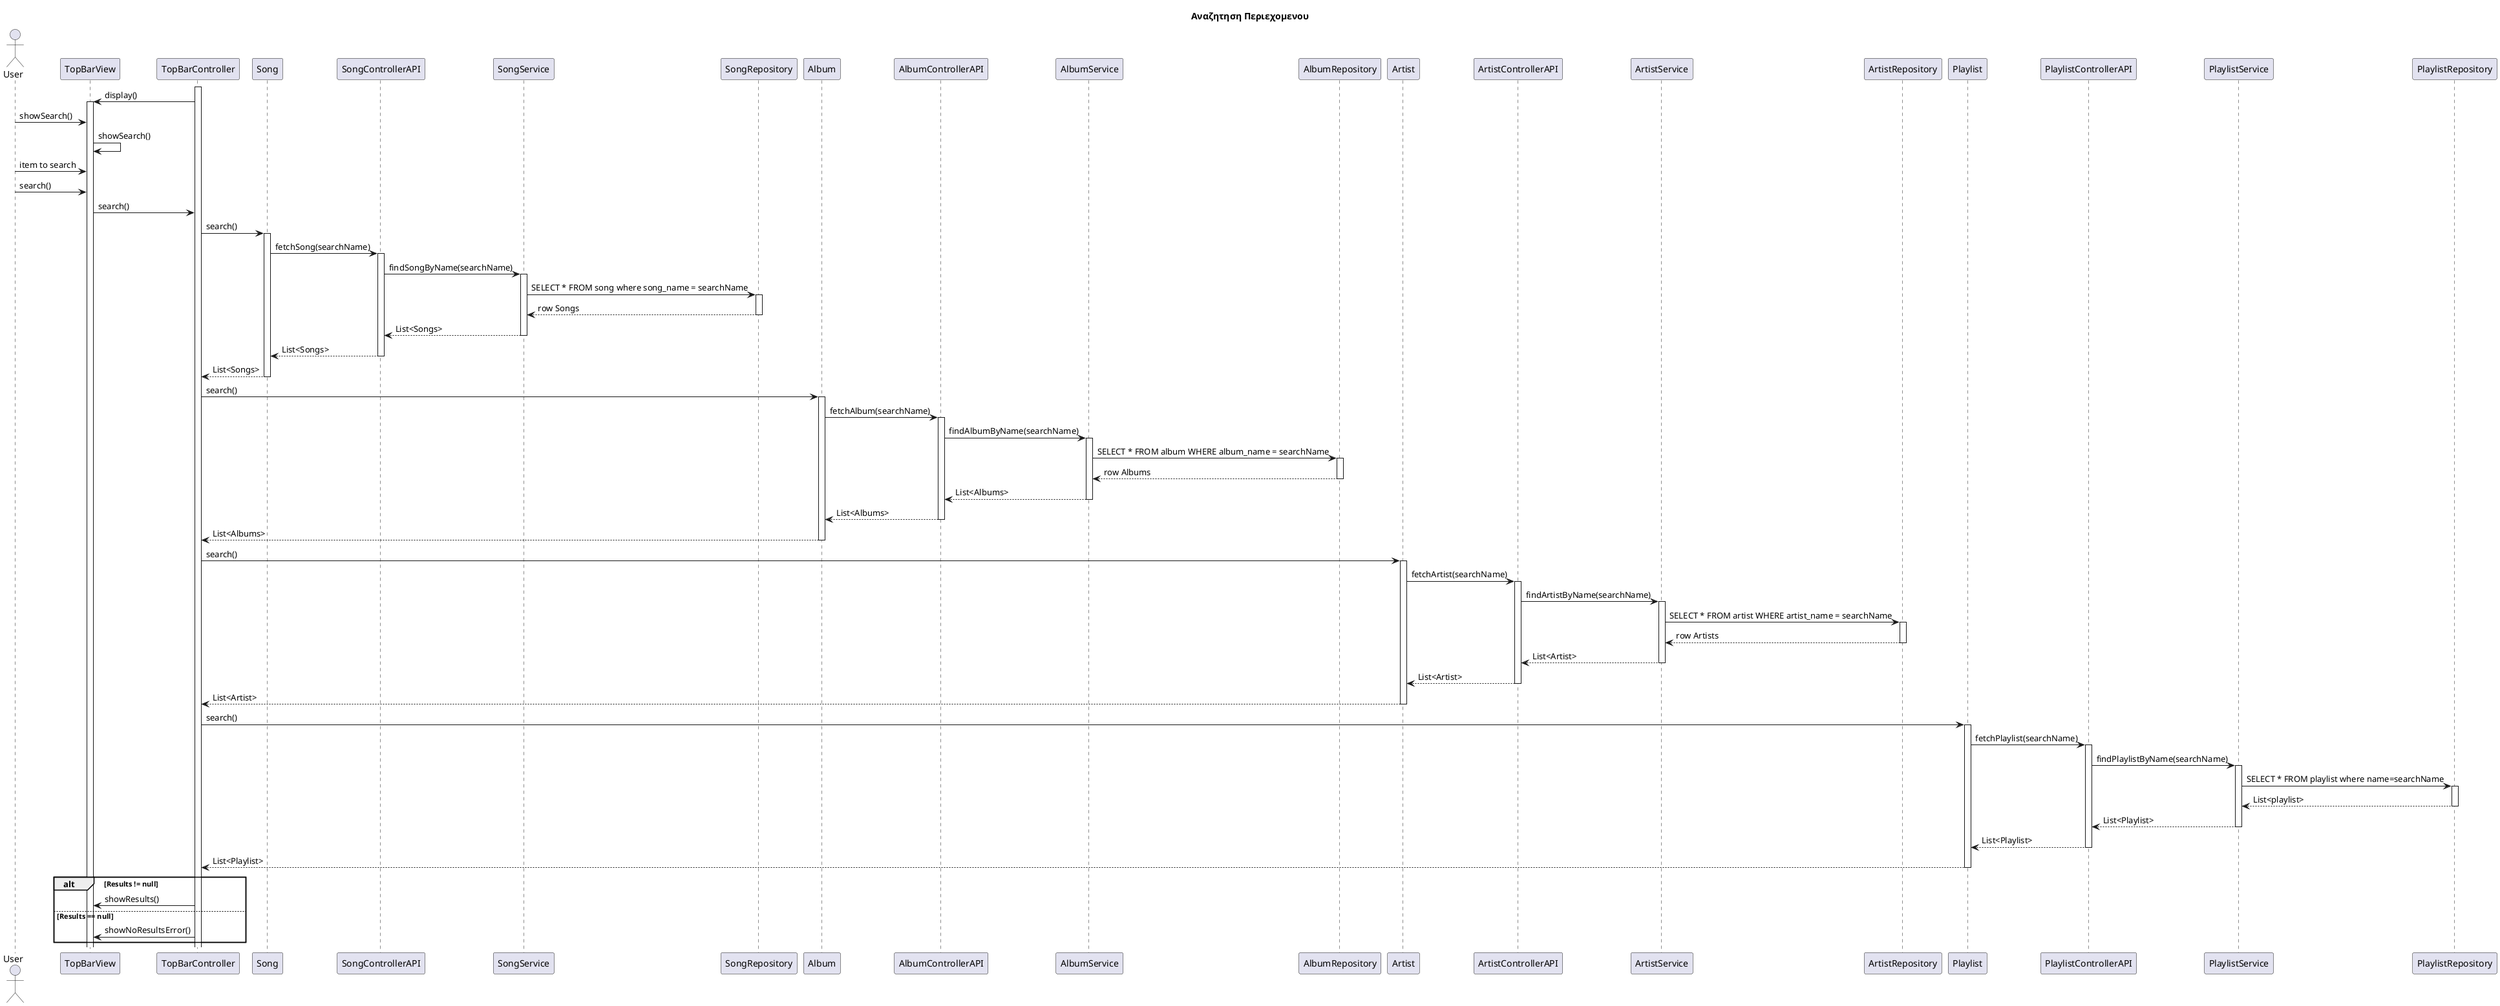
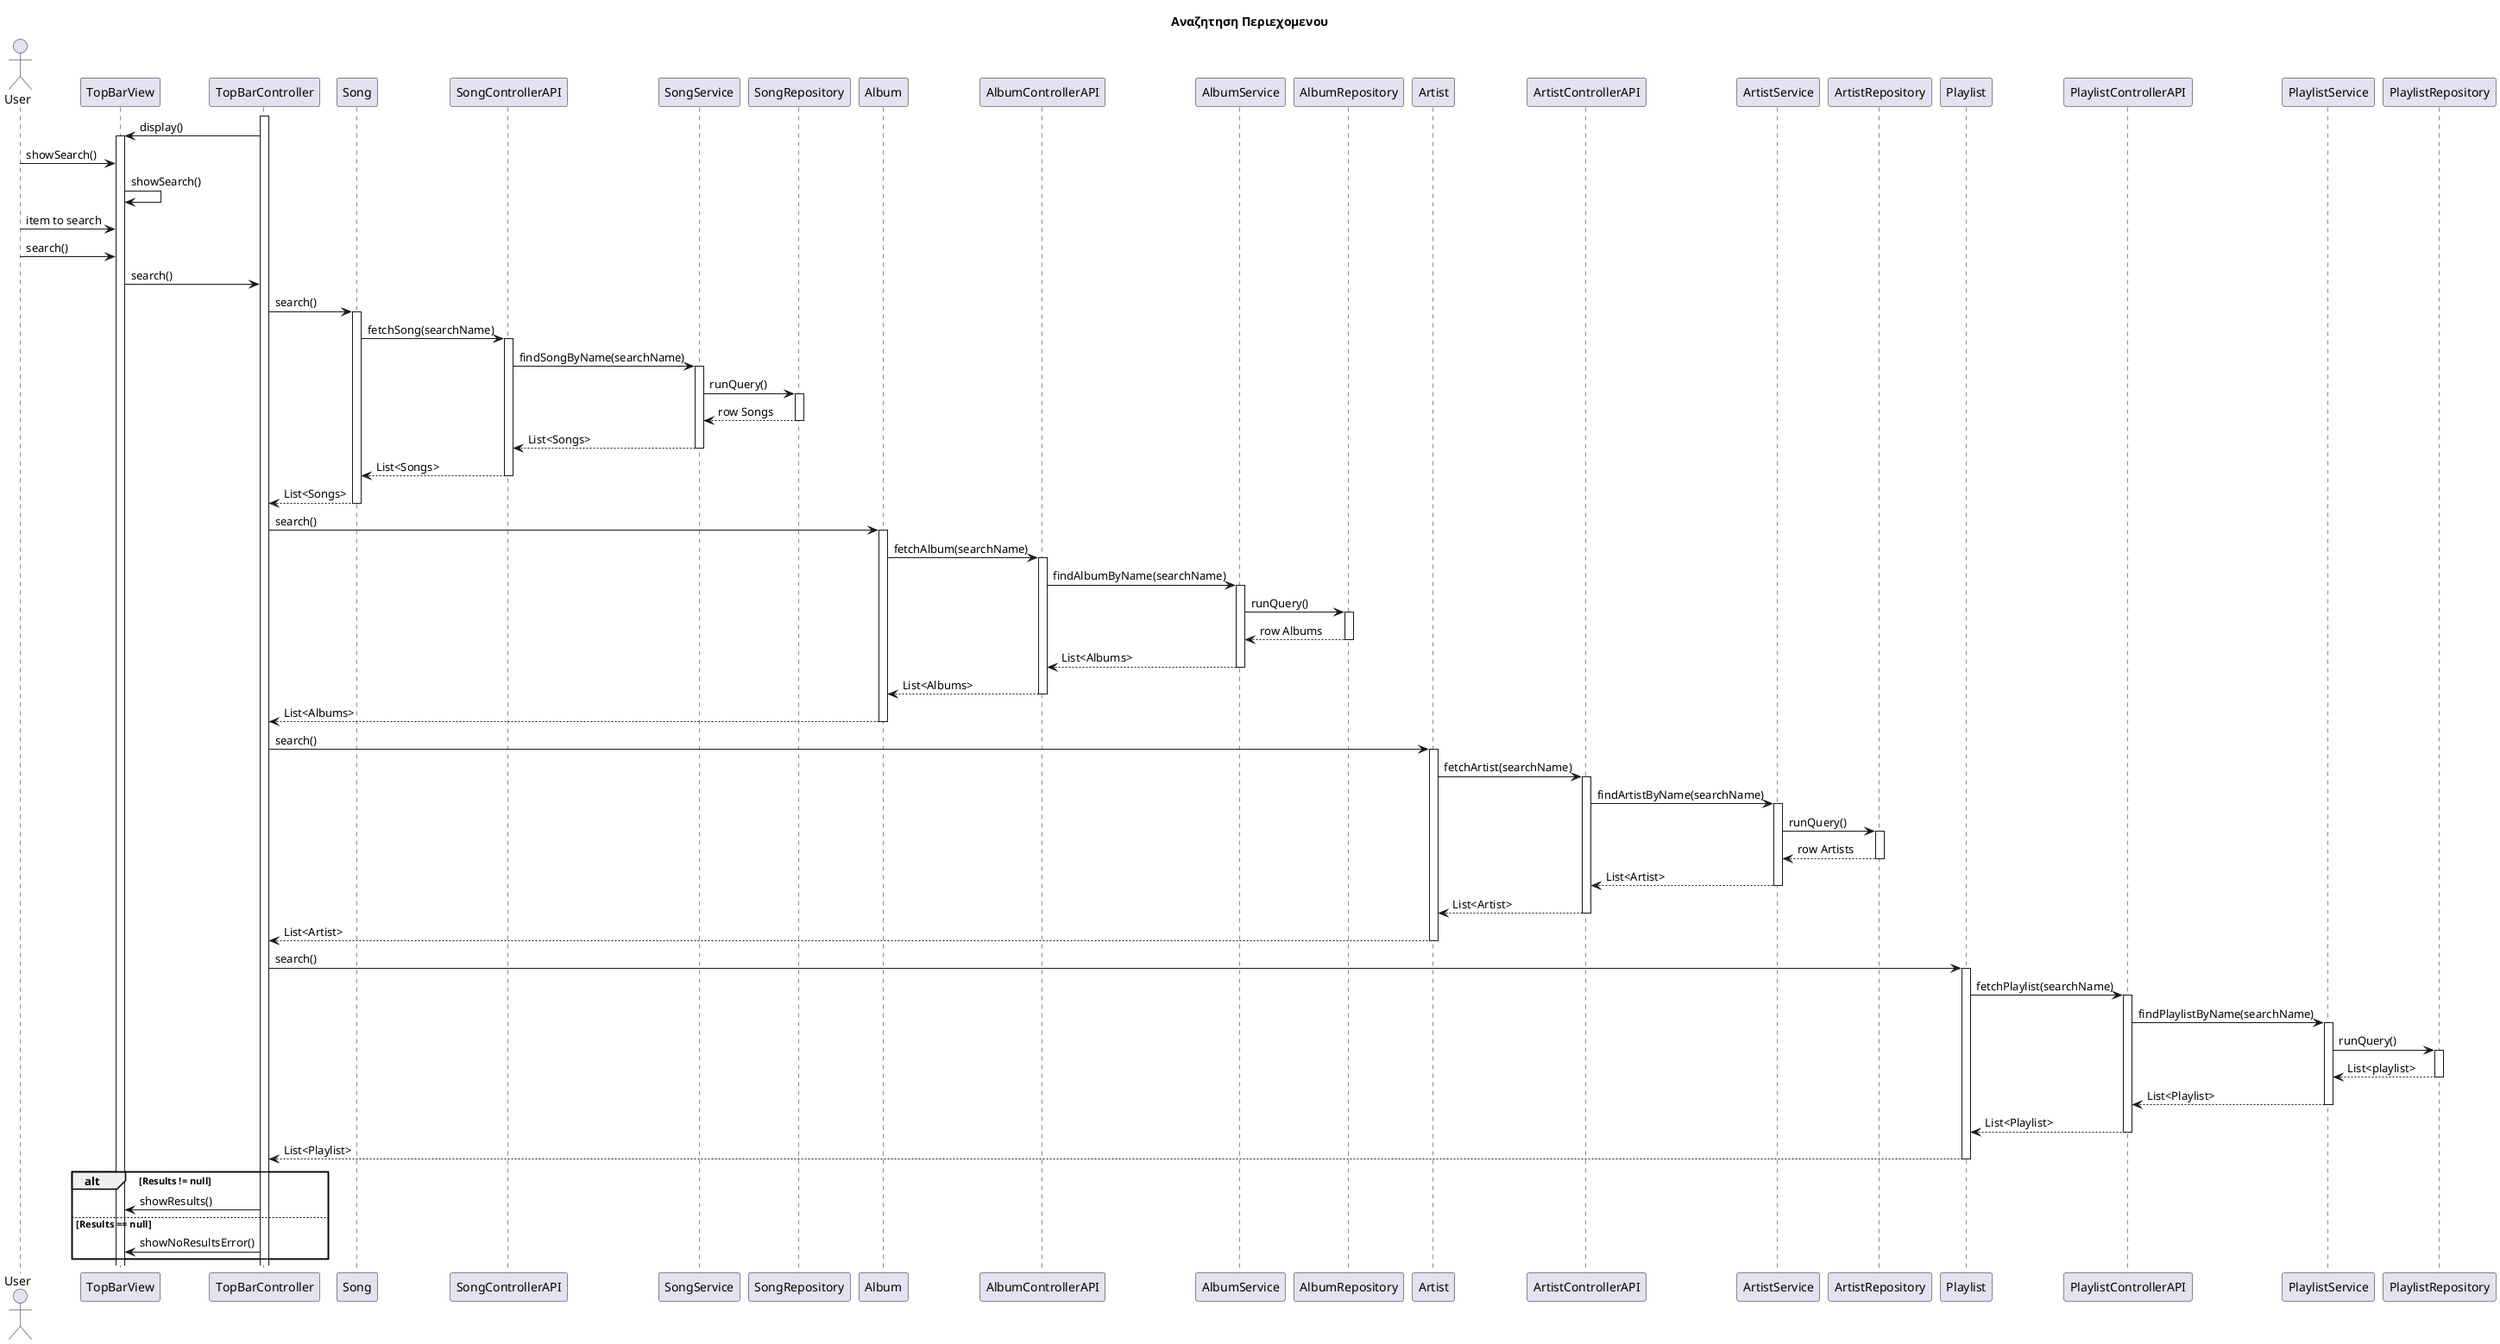
@startuml name

title Αναζητηση Περιεχομενου

actor User
participant TopBarView
participant TopBarController
participant Song
participant SongControllerAPI
participant SongService
participant SongRepository
participant Album
participant AlbumControllerAPI
participant AlbumService
participant AlbumRepository
participant Artist
participant ArtistControllerAPI
participant ArtistService
participant ArtistRepository
participant Playlist
participant PlaylistControllerAPI
participant PlaylistService
participant PlaylistRepository

activate TopBarController
TopBarController -> TopBarView : display()
activate TopBarView
User -> TopBarView : showSearch()
TopBarView -> TopBarView : showSearch()
User -> TopBarView : item to search
User -> TopBarView : search()
TopBarView -> TopBarController : search()
TopBarController -> Song : search()
activate Song
Song -> SongControllerAPI : fetchSong(searchName)
activate SongControllerAPI
SongControllerAPI -> SongService : findSongByName(searchName)
activate SongService
- SongService -> SongRepository : SELECT * FROM song where song_name = searchName
+ SongService -> SongRepository : runQuery()
+ 'SELECT * FROM song where song_name = searchName
activate SongRepository
SongRepository --> SongService : row Songs
deactivate SongRepository
SongService --> SongControllerAPI : List<Songs>
deactivate SongService
SongControllerAPI --> Song : List<Songs>
deactivate SongControllerAPI
Song --> TopBarController : List<Songs>
deactivate Song
TopBarController -> Album : search()
activate Album
Album -> AlbumControllerAPI : fetchAlbum(searchName)
activate AlbumControllerAPI
AlbumControllerAPI -> AlbumService : findAlbumByName(searchName)
activate AlbumService
- AlbumService -> AlbumRepository : SELECT * FROM album WHERE album_name = searchName
+ AlbumService -> AlbumRepository : runQuery()
+ 'SELECT * FROM album WHERE album_name = searchName
activate AlbumRepository
AlbumRepository --> AlbumService : row Albums
deactivate AlbumRepository
AlbumService --> AlbumControllerAPI : List<Albums>
deactivate AlbumService
AlbumControllerAPI --> Album : List<Albums>
deactivate AlbumControllerAPI
Album --> TopBarController : List<Albums>
deactivate Album
TopBarController -> Artist : search()
activate Artist
Artist -> ArtistControllerAPI : fetchArtist(searchName)
activate ArtistControllerAPI
ArtistControllerAPI -> ArtistService : findArtistByName(searchName)
activate ArtistService
- ArtistService -> ArtistRepository : SELECT * FROM artist WHERE artist_name = searchName
+ ArtistService -> ArtistRepository : runQuery()
+ 'SELECT * FROM artist WHERE artist_name = searchName
activate ArtistRepository
ArtistRepository --> ArtistService : row Artists
deactivate ArtistRepository
ArtistService --> ArtistControllerAPI : List<Artist>
deactivate ArtistService
ArtistControllerAPI --> Artist : List<Artist>
deactivate ArtistControllerAPI
Artist --> TopBarController : List<Artist>
deactivate Artist
TopBarController -> Playlist : search()
activate Playlist
Playlist -> PlaylistControllerAPI : fetchPlaylist(searchName)
activate PlaylistControllerAPI
PlaylistControllerAPI -> PlaylistService : findPlaylistByName(searchName)
activate PlaylistService
- PlaylistService -> PlaylistRepository : SELECT * FROM playlist where name=searchName
+ PlaylistService -> PlaylistRepository : runQuery()
+ 'SELECT * FROM playlist where name=searchName
activate PlaylistRepository
PlaylistRepository --> PlaylistService : List<playlist>
deactivate PlaylistRepository
PlaylistService --> PlaylistControllerAPI : List<Playlist>
deactivate PlaylistService
PlaylistControllerAPI --> Playlist : List<Playlist>
deactivate PlaylistControllerAPI
Playlist --> TopBarController : List<Playlist>
deactivate Playlist
alt Results != null
    TopBarController -> TopBarView : showResults()
else Results == null
    TopBarController -> TopBarView : showNoResultsError()
end
@enduml